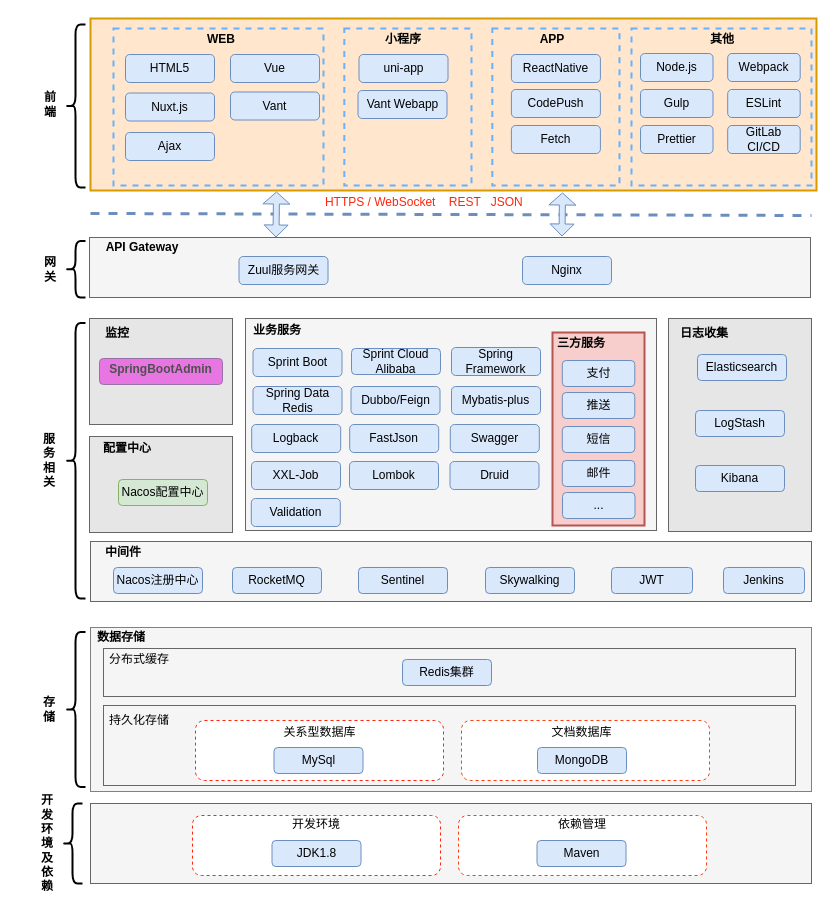
Above: 汽车公司技术架构图-new.drawio in ammengke/my-drawio (draw.io), before the change. Source tidied: cells renumbered, new cells numbered last; positions are measured from the earlier drawing's top-left corner, leaving out a move shared by most shapes. Both pictures are drawn from the tidied source at 100%, with x=0, y=0 at pixel (17, 18).
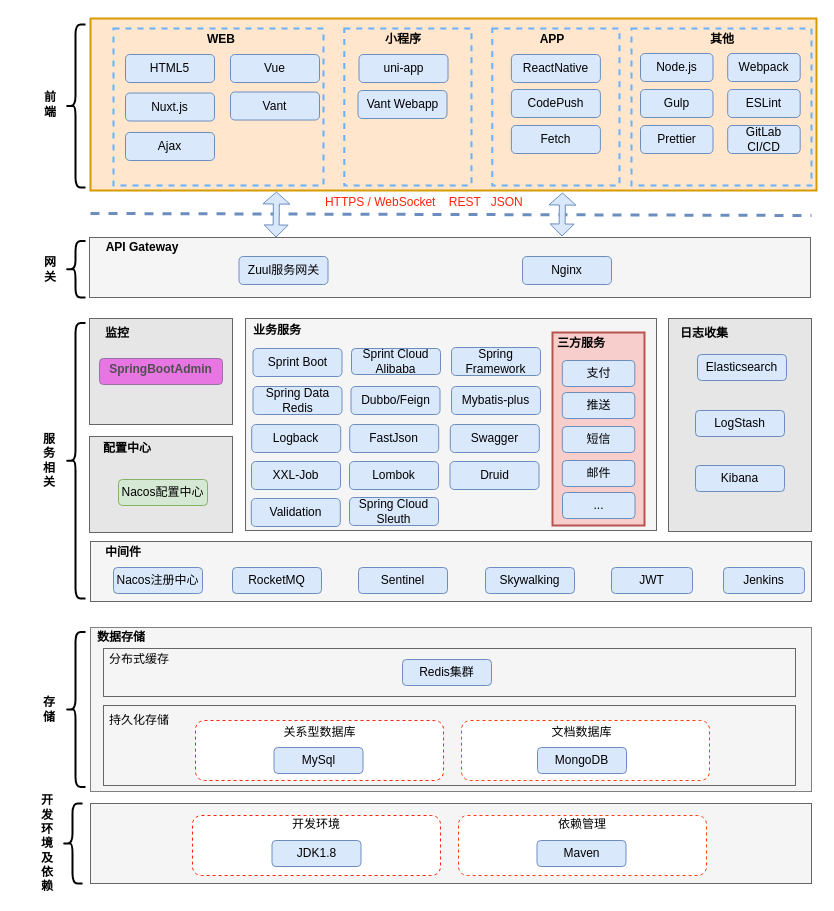
The same diagram, later.

Commit message:
Update 汽车公司技术架构图-new.drawio

The edit, as a diff of the source:
```diff
@@
+    <mxCell id="104" value="Spring Cloud Sleuth" style="rounded=1;whiteSpace=wrap;html=1;strokeColor=#6c8ebf;fillColor=#dae8fc;fontFamily=Helvetica;" parent="1" vertex="1">
+      <mxGeometry x="332" y="479" width="89" height="28" as="geometry" />
+    </mxCell>
```
